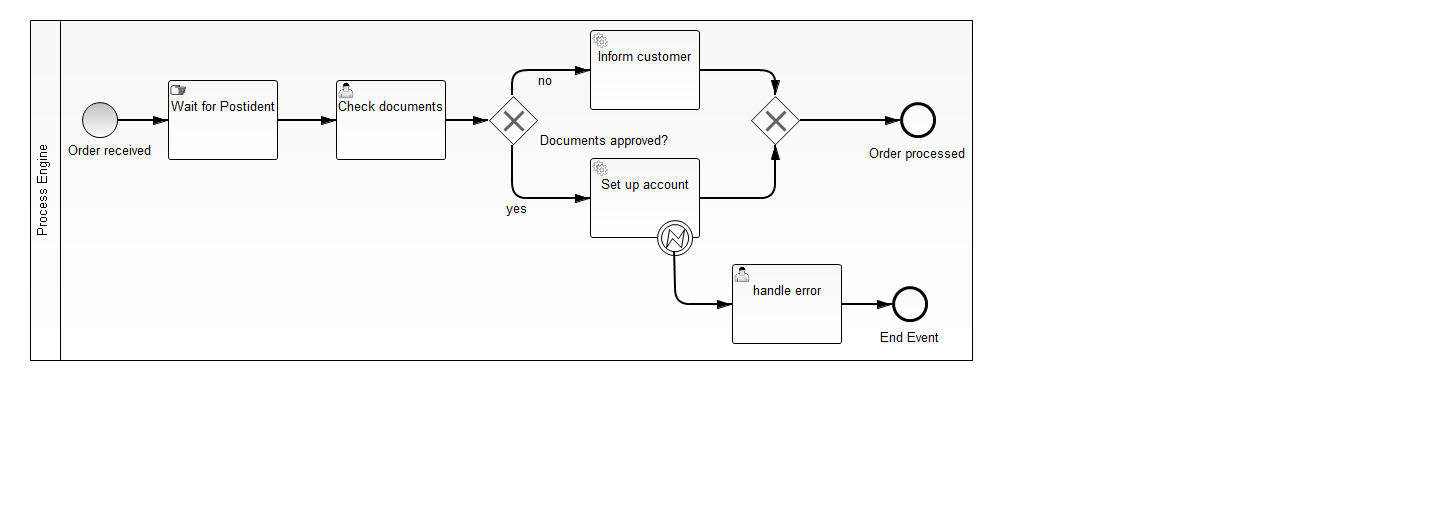
Above: bank-account-opening-error-handling/src/main/resources/open-account-errorhandling.png in camunda-consulting/camunda-7-code-examples (BPMN), before the change. Its source is kept beside it as bank-account-opening-error-handling/src/main/resources/open-account-errorhandling.bpmn. Ids are renumbered.
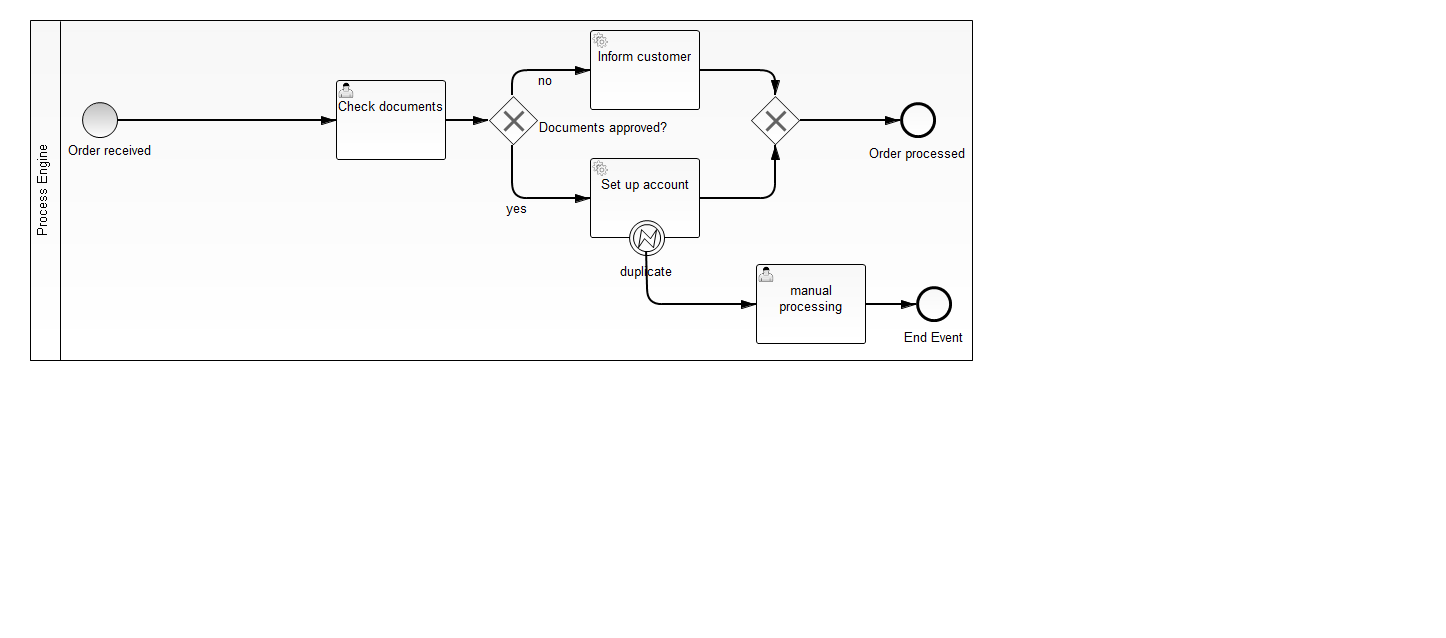
The same diagram one commit later.

The edit, as a diff of the source:
```diff
@@ -3,19 +3,13 @@
     <bpmn2:participant id="process_engine" name="Process Engine" processRef="open-account-errorhandling"/>
   </bpmn2:collaboration>
   <bpmn2:process id="open-account-errorhandling" name="Open Account with Error Handling" isExecutable="true">
-    <bpmn2:startEvent id="order_received" activiti:formKey="embedded:app:apply-for-new-bank-account.html" name="Order received">
-      <bpmn2:outgoing>SequenceFlow_1</bpmn2:outgoing>
+    <bpmn2:startEvent id="order_received" activiti:formKey="app:start.jsf" name="Order received">
+      <bpmn2:outgoing>SequenceFlow_4</bpmn2:outgoing>
     </bpmn2:startEvent>
-    <bpmn2:manualTask id="wait_for_postident" name="Wait for Postident">
-      <bpmn2:incoming>SequenceFlow_1</bpmn2:incoming>
-      <bpmn2:outgoing>SequenceFlow_2</bpmn2:outgoing>
-    </bpmn2:manualTask>
-    <bpmn2:sequenceFlow id="SequenceFlow_1" sourceRef="order_received" targetRef="wait_for_postident"/>
-    <bpmn2:userTask id="check_documents" activiti:assignee="demo" activiti:formKey="embedded:app:check-documents.html" name="Check documents">
-      <bpmn2:incoming>SequenceFlow_2</bpmn2:incoming>
+    <bpmn2:userTask id="check_documents" activiti:assignee="demo" activiti:formKey="app:check-documents.jsf" name="Check documents">
+      <bpmn2:incoming>SequenceFlow_4</bpmn2:incoming>
       <bpmn2:outgoing>SequenceFlow_3</bpmn2:outgoing>
     </bpmn2:userTask>
-    <bpmn2:sequenceFlow id="SequenceFlow_2" sourceRef="wait_for_postident" targetRef="check_documents"/>
     <bpmn2:exclusiveGateway id="documents_approved_gateway" name="Documents approved?" gatewayDirection="Diverging">
       <bpmn2:incoming>SequenceFlow_3</bpmn2:incoming>
       <bpmn2:outgoing>SequenceFlow_5</bpmn2:outgoing>
@@ -27,7 +21,7 @@
     </bpmn2:sequenceFlow>
     <bpmn2:serviceTask id="inform_customer" activiti:delegateExpression="#{customerNotificationDelegate}" activiti:async="true" name="Inform customer" implementation="##unspecified">
       <bpmn2:extensionElements>
-        <fox:failedJobRetryTimeCycle xsi:type="xsd:anyType">R3/PT30S</fox:failedJobRetryTimeCycle>
+        <fox:failedJobRetryTimeCycle xsi:type="xsd:anyType">R5/PT10S</fox:failedJobRetryTimeCycle>
       </bpmn2:extensionElements>
       <bpmn2:incoming>SequenceFlow_5</bpmn2:incoming>
       <bpmn2:outgoing>SequenceFlow_8</bpmn2:outgoing>
@@ -50,19 +44,20 @@
       <bpmn2:outgoing>SequenceFlow_7</bpmn2:outgoing>
     </bpmn2:serviceTask>
     <bpmn2:sequenceFlow id="SequenceFlow_7" sourceRef="set_up_account" targetRef="merging_gateway_1"/>
-    <bpmn2:boundaryEvent id="BoundaryEvent_1" name="" attachedToRef="set_up_account">
-      <bpmn2:outgoing>SequenceFlow_4</bpmn2:outgoing>
+    <bpmn2:sequenceFlow id="SequenceFlow_4" name="" sourceRef="order_received" targetRef="check_documents"/>
+    <bpmn2:boundaryEvent id="BoundaryEvent_1" name="duplicate" attachedToRef="set_up_account">
+      <bpmn2:outgoing>SequenceFlow_10</bpmn2:outgoing>
       <bpmn2:errorEventDefinition id="ErrorEventDefinition_1" errorRef="duplicateApplicationError"/>
     </bpmn2:boundaryEvent>
-    <bpmn2:userTask id="user-task-handle-error" activiti:assignee="demo" activiti:formKey="embedded:app:handle-duplicate.html" name="handle error">
-      <bpmn2:incoming>SequenceFlow_4</bpmn2:incoming>
-      <bpmn2:outgoing>SequenceFlow_10</bpmn2:outgoing>
+    <bpmn2:userTask id="UserTask_1" activiti:assignee="demo" name="manual processing">
+      <bpmn2:incoming>SequenceFlow_10</bpmn2:incoming>
+      <bpmn2:outgoing>SequenceFlow_11</bpmn2:outgoing>
     </bpmn2:userTask>
-    <bpmn2:sequenceFlow id="SequenceFlow_4" name="" sourceRef="BoundaryEvent_1" targetRef="user-task-handle-error"/>
+    <bpmn2:sequenceFlow id="SequenceFlow_10" name="" sourceRef="BoundaryEvent_1" targetRef="UserTask_1"/>
     <bpmn2:endEvent id="EndEvent_1" name="End Event">
-      <bpmn2:incoming>SequenceFlow_10</bpmn2:incoming>
+      <bpmn2:incoming>SequenceFlow_11</bpmn2:incoming>
     </bpmn2:endEvent>
-    <bpmn2:sequenceFlow id="SequenceFlow_10" sourceRef="user-task-handle-error" targetRef="EndEvent_1"/>
+    <bpmn2:sequenceFlow id="SequenceFlow_11" sourceRef="UserTask_1" targetRef="EndEvent_1"/>
   </bpmn2:process>
   <bpmn2:error id="duplicateApplicationError" errorCode="duplicateApplication" name="Duplicate Application Error"/>
   <bpmndi:BPMNDiagram id="BPMNDiagram_1" name="Default Collaboration Diagram">
@@ -76,30 +71,13 @@
           <dc:Bounds height="22.0" width="89.0" x="66.0" y="140.0"/>
         </bpmndi:BPMNLabel>
       </bpmndi:BPMNShape>
-      <bpmndi:BPMNShape id="BPMNShape_ReceiveTask_1" bpmnElement="wait_for_postident">
-        <dc:Bounds height="80.0" width="110.0" x="168.0" y="80.0"/>
-      </bpmndi:BPMNShape>
-      <bpmndi:BPMNEdge id="BPMNEdge_SequenceFlow_1" bpmnElement="SequenceFlow_1" sourceElement="BPMNShape_StartEvent_1" targetElement="BPMNShape_ReceiveTask_1">
-        <di:waypoint xsi:type="dc:Point" x="118.0" y="120.0"/>
-        <di:waypoint xsi:type="dc:Point" x="168.0" y="120.0"/>
-        <bpmndi:BPMNLabel>
-          <dc:Bounds height="0.0" width="0.0" x="143.0" y="120.0"/>
-        </bpmndi:BPMNLabel>
-      </bpmndi:BPMNEdge>
       <bpmndi:BPMNShape id="BPMNShape_UserTask_1" bpmnElement="check_documents">
         <dc:Bounds height="80.0" width="110.0" x="336.0" y="80.0"/>
       </bpmndi:BPMNShape>
-      <bpmndi:BPMNEdge id="BPMNEdge_SequenceFlow_2" bpmnElement="SequenceFlow_2" sourceElement="BPMNShape_ReceiveTask_1" targetElement="BPMNShape_UserTask_1">
-        <di:waypoint xsi:type="dc:Point" x="278.0" y="120.0"/>
-        <di:waypoint xsi:type="dc:Point" x="336.0" y="120.0"/>
-        <bpmndi:BPMNLabel>
-          <dc:Bounds height="0.0" width="0.0" x="303.0" y="120.0"/>
-        </bpmndi:BPMNLabel>
-      </bpmndi:BPMNEdge>
       <bpmndi:BPMNShape id="BPMNShape_ExclusiveGateway_1" bpmnElement="documents_approved_gateway" isMarkerVisible="true">
         <dc:Bounds height="50.0" width="50.0" x="488.0" y="95.0"/>
         <bpmndi:BPMNLabel id="BPMNLabel_2">
-          <dc:Bounds height="22.0" width="134.0" x="538.0" y="130.0"/>
+          <dc:Bounds height="22.0" width="134.0" x="537.0" y="117.0"/>
         </bpmndi:BPMNLabel>
       </bpmndi:BPMNShape>
       <bpmndi:BPMNEdge id="BPMNEdge_SequenceFlow_3" bpmnElement="SequenceFlow_3" sourceElement="BPMNShape_UserTask_1" targetElement="BPMNShape_ExclusiveGateway_1">
@@ -166,23 +144,27 @@
           <dc:Bounds height="0.0" width="0.0" x="825.0" y="120.0"/>
         </bpmndi:BPMNLabel>
       </bpmndi:BPMNEdge>
-      <bpmndi:BPMNShape id="_BPMNShape_BoundaryEvent_11" bpmnElement="BoundaryEvent_1">
-        <dc:Bounds height="36.0" width="36.0" x="657.0" y="220.0"/>
+      <bpmndi:BPMNEdge id="BPMNEdge_SequenceFlow_4" bpmnElement="SequenceFlow_4" sourceElement="BPMNShape_StartEvent_1" targetElement="BPMNShape_UserTask_1">
+        <di:waypoint xsi:type="dc:Point" x="118.0" y="120.0"/>
+        <di:waypoint xsi:type="dc:Point" x="336.0" y="120.0"/>
+      </bpmndi:BPMNEdge>
+      <bpmndi:BPMNShape id="_BPMNShape_BoundaryEvent_15" bpmnElement="BoundaryEvent_1">
+        <dc:Bounds height="36.0" width="36.0" x="629.0" y="220.0"/>
       </bpmndi:BPMNShape>
-      <bpmndi:BPMNShape id="_BPMNShape_UserTask_16" bpmnElement="user-task-handle-error">
-        <dc:Bounds height="80.0" width="110.0" x="732.0" y="264.0"/>
+      <bpmndi:BPMNShape id="_BPMNShape_UserTask_26" bpmnElement="UserTask_1">
+        <dc:Bounds height="80.0" width="110.0" x="756.0" y="264.0"/>
       </bpmndi:BPMNShape>
-      <bpmndi:BPMNEdge id="BPMNEdge_SequenceFlow_4" bpmnElement="SequenceFlow_4" sourceElement="_BPMNShape_BoundaryEvent_11" targetElement="_BPMNShape_UserTask_16">
-        <di:waypoint xsi:type="dc:Point" x="675.0" y="256.0"/>
-        <di:waypoint xsi:type="dc:Point" x="675.0" y="304.0"/>
-        <di:waypoint xsi:type="dc:Point" x="732.0" y="304.0"/>
+      <bpmndi:BPMNEdge id="BPMNEdge_SequenceFlow_10" bpmnElement="SequenceFlow_10" sourceElement="_BPMNShape_BoundaryEvent_15" targetElement="_BPMNShape_UserTask_26">
+        <di:waypoint xsi:type="dc:Point" x="647.0" y="256.0"/>
+        <di:waypoint xsi:type="dc:Point" x="647.0" y="304.0"/>
+        <di:waypoint xsi:type="dc:Point" x="756.0" y="304.0"/>
       </bpmndi:BPMNEdge>
-      <bpmndi:BPMNShape id="_BPMNShape_EndEvent_10" bpmnElement="EndEvent_1">
-        <dc:Bounds height="36.0" width="36.0" x="892.0" y="286.0"/>
+      <bpmndi:BPMNShape id="_BPMNShape_EndEvent_14" bpmnElement="EndEvent_1">
+        <dc:Bounds height="36.0" width="36.0" x="916.0" y="286.0"/>
       </bpmndi:BPMNShape>
-      <bpmndi:BPMNEdge id="BPMNEdge_SequenceFlow_10" bpmnElement="SequenceFlow_10" sourceElement="_BPMNShape_UserTask_16" targetElement="_BPMNShape_EndEvent_10">
-        <di:waypoint xsi:type="dc:Point" x="842.0" y="304.0"/>
-        <di:waypoint xsi:type="dc:Point" x="892.0" y="304.0"/>
+      <bpmndi:BPMNEdge id="BPMNEdge_SequenceFlow_11" bpmnElement="SequenceFlow_11" sourceElement="_BPMNShape_UserTask_26" targetElement="_BPMNShape_EndEvent_14">
+        <di:waypoint xsi:type="dc:Point" x="866.0" y="304.0"/>
+        <di:waypoint xsi:type="dc:Point" x="916.0" y="304.0"/>
       </bpmndi:BPMNEdge>
     </bpmndi:BPMNPlane>
   </bpmndi:BPMNDiagram>
```
